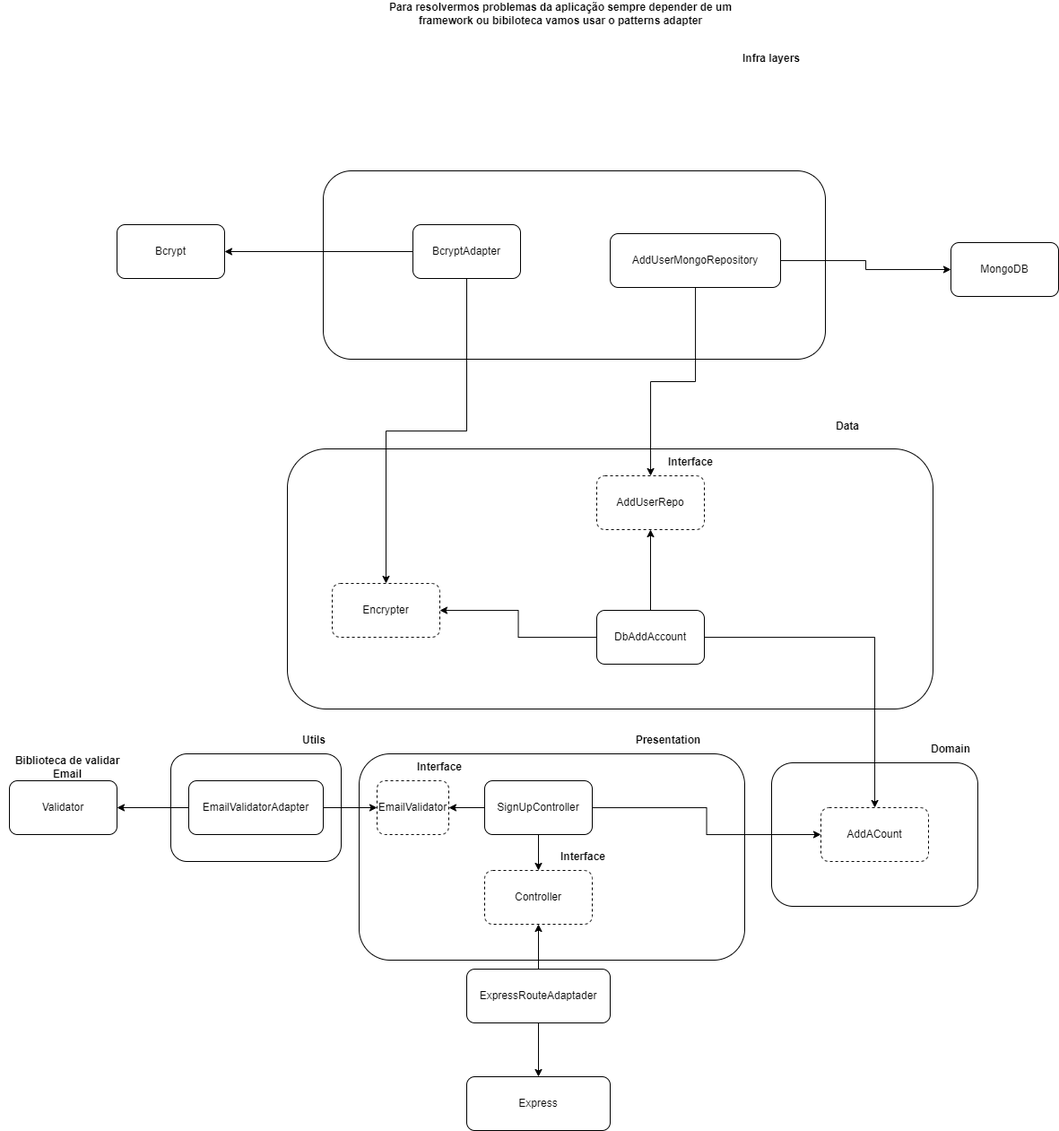
Above: clean-node-api.drawio.png in jonathanGroupRoot/clean-node-api (draw.io), before the change. Source tidied: cells renumbered, new cells last; positions are measured from the earlier drawing's top-left corner, leaving out a move shared by most shapes.
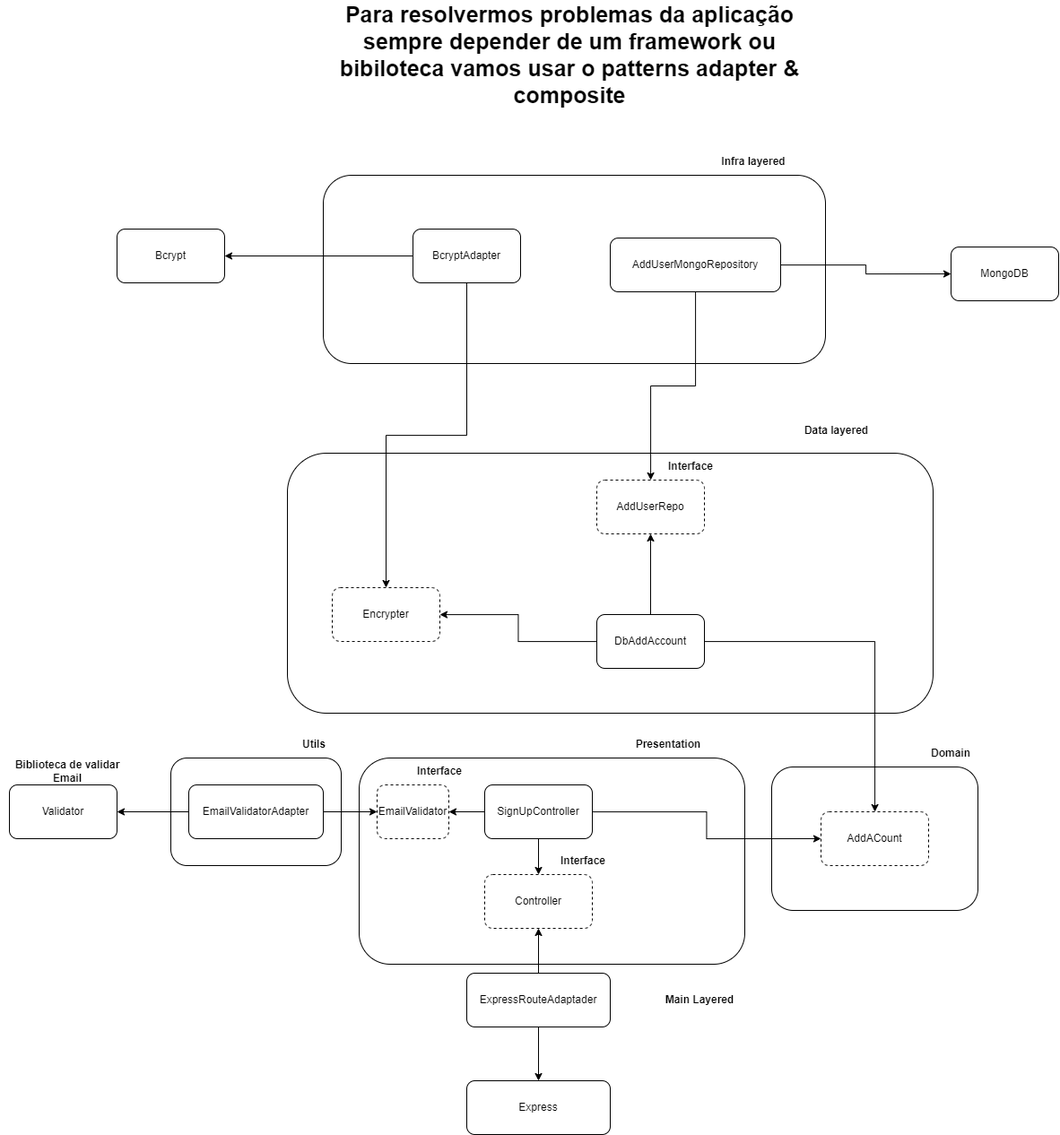
Above is the later version.

Diff of the diagram source:
```diff
@@ -71,8 +71,8 @@
     <mxCell id="24" value="EmailValidatorAdapter" style="rounded=1;whiteSpace=wrap;html=1;" parent="1" vertex="1">
       <mxGeometry x="210" y="870" width="150" height="60" as="geometry" />
     </mxCell>
-    <mxCell id="25" value="&lt;b&gt;Para resolvermos problemas da aplicação sempre depender de um framework ou bibiloteca vamos usar o patterns adapter&lt;/b&gt;" style="text;html=1;strokeColor=none;fillColor=none;align=center;verticalAlign=middle;whiteSpace=wrap;rounded=0;dashed=1;" parent="1" vertex="1">
-      <mxGeometry x="410" width="430" height="30" as="geometry" />
+    <mxCell id="25" value="&lt;b&gt;&lt;font style=&quot;font-size: 25px&quot;&gt;Para resolvermos problemas da aplicação sempre depender de um framework ou bibiloteca vamos usar o patterns adapter &amp;amp; composite&lt;/font&gt;&lt;/b&gt;" style="text;html=1;strokeColor=none;fillColor=none;align=center;verticalAlign=middle;whiteSpace=wrap;rounded=0;dashed=1;strokeWidth=5;" parent="1" vertex="1">
+      <mxGeometry x="355" y="40" width="560" height="30" as="geometry" />
     </mxCell>
     <mxCell id="26" value="EmailValidator" style="rounded=1;whiteSpace=wrap;html=1;dashed=1;" parent="1" vertex="1">
       <mxGeometry x="420" y="870" width="80" height="60" as="geometry" />
@@ -110,8 +110,8 @@
     <mxCell id="37" style="rounded=1;whiteSpace=wrap;html=1;" parent="1" vertex="1">
       <mxGeometry x="360" y="190" width="560" height="210" as="geometry" />
     </mxCell>
-    <mxCell id="38" value="&lt;b&gt;Infra layers&lt;/b&gt;" style="text;html=1;strokeColor=none;fillColor=none;align=center;verticalAlign=middle;whiteSpace=wrap;rounded=0;" parent="1" vertex="1">
-      <mxGeometry x="820" y="50" width="80" height="30" as="geometry" />
+    <mxCell id="38" value="&lt;b&gt;Infra layered&lt;/b&gt;" style="text;html=1;strokeColor=none;fillColor=none;align=center;verticalAlign=middle;whiteSpace=wrap;rounded=0;" parent="1" vertex="1">
+      <mxGeometry x="800" y="160" width="80" height="30" as="geometry" />
     </mxCell>
     <mxCell id="39" style="edgeStyle=orthogonalEdgeStyle;rounded=0;jettySize=auto;html=1;entryX=1;entryY=0.5;entryDx=0;entryDy=0;" parent="1" edge="1" source="41" target="6">
       <mxGeometry relative="1" as="geometry" />
@@ -137,11 +137,14 @@
     <mxCell id="46" value="AddUserRepo" style="rounded=1;whiteSpace=wrap;html=1;dashed=1;" parent="1" vertex="1">
       <mxGeometry x="665" y="530" width="120" height="60" as="geometry" />
     </mxCell>
-    <mxCell id="47" value="&lt;b&gt;Data&lt;/b&gt;" style="text;html=1;strokeColor=none;fillColor=none;align=center;verticalAlign=middle;whiteSpace=wrap;rounded=0;dashed=1;" parent="1" vertex="1">
-      <mxGeometry x="915" y="460" width="60" height="30" as="geometry" />
+    <mxCell id="47" value="&lt;b&gt;Data layered&lt;/b&gt;" style="text;html=1;strokeColor=none;fillColor=none;align=center;verticalAlign=middle;whiteSpace=wrap;rounded=0;dashed=1;" parent="1" vertex="1">
+      <mxGeometry x="890" y="460" width="85" height="30" as="geometry" />
     </mxCell>
     <mxCell id="48" value="&lt;b&gt;Interface&lt;/b&gt;" style="text;html=1;strokeColor=none;fillColor=none;align=center;verticalAlign=middle;whiteSpace=wrap;rounded=0;dashed=1;" parent="1" vertex="1">
       <mxGeometry x="740" y="500" width="60" height="30" as="geometry" />
     </mxCell>
+    <mxCell id="49" value="&lt;b&gt;Main Layered&lt;/b&gt;" style="text;html=1;strokeColor=none;fillColor=none;align=center;verticalAlign=middle;whiteSpace=wrap;rounded=0;dashed=1;" parent="1" vertex="1">
+      <mxGeometry x="730" y="1095" width="100" height="30" as="geometry" />
+    </mxCell>
   </root>
 </mxGraphModel>
```
